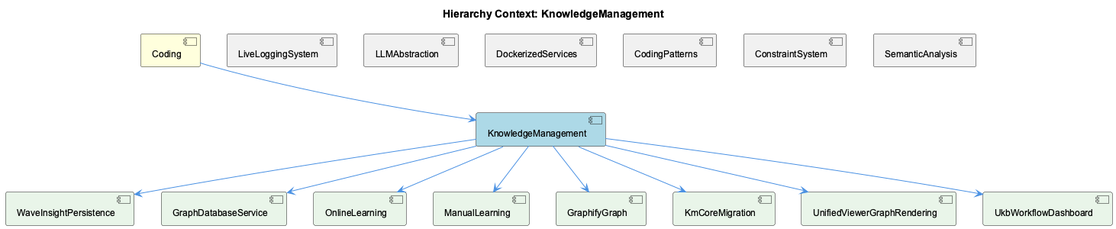
Before: knowledge-management/insights/images/knowledge-management-relationship.png, a diagram exported from PlantUML (fwornle/coding).
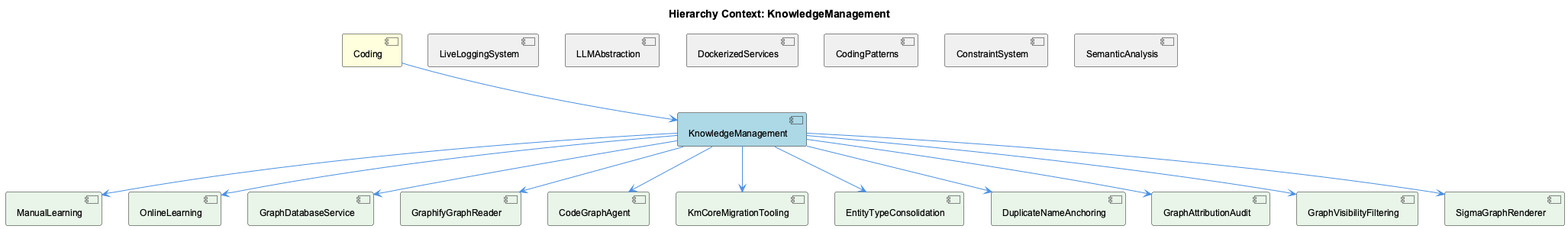
The same file after the commit.

Change to the diagram source:
```diff
@@ -11,14 +11,17 @@
 [CodingPatterns] as coding_patterns #F0F0F0
 [ConstraintSystem] as constraint_system #F0F0F0
 [SemanticAnalysis] as semantic_analysis #F0F0F0
-[WaveInsightPersistence] as wave_insight_persistence #E8F5E8
+[ManualLearning] as manual_learning #E8F5E8
+[OnlineLearning] as online_learning #E8F5E8
 [GraphDatabaseService] as graph_database_service #E8F5E8
-[OnlineLearning] as online_learning #E8F5E8
-[ManualLearning] as manual_learning #E8F5E8
-[GraphifyGraph] as graphify_graph #E8F5E8
-[KmCoreMigration] as km_core_migration #E8F5E8
-[UnifiedViewerGraphRendering] as unified_viewer_graph_rendering #E8F5E8
-[UkbWorkflowDashboard] as ukb_workflow_dashboard #E8F5E8
+[GraphifyGraphReader] as graphify_graph_reader #E8F5E8
+[CodeGraphAgent] as code_graph_agent #E8F5E8
+[KmCoreMigrationTooling] as km_core_migration_tooling #E8F5E8
+[EntityTypeConsolidation] as entity_type_consolidation #E8F5E8
+[DuplicateNameAnchoring] as duplicate_name_anchoring #E8F5E8
+[GraphAttributionAudit] as graph_attribution_audit #E8F5E8
+[GraphVisibilityFiltering] as graph_visibility_filtering #E8F5E8
+[SigmaGraphRenderer] as sigma_graph_renderer #E8F5E8
 
 coding --> knowledge_management
 live_logging_system -[hidden]- knowledge_management
@@ -27,13 +30,16 @@
 coding_patterns -[hidden]- knowledge_management
 constraint_system -[hidden]- knowledge_management
 semantic_analysis -[hidden]- knowledge_management
-knowledge_management --> wave_insight_persistence
+knowledge_management --> manual_learning
+knowledge_management --> online_learning
 knowledge_management --> graph_database_service
-knowledge_management --> online_learning
-knowledge_management --> manual_learning
-knowledge_management --> graphify_graph
-knowledge_management --> km_core_migration
-knowledge_management --> unified_viewer_graph_rendering
-knowledge_management --> ukb_workflow_dashboard
+knowledge_management --> graphify_graph_reader
+knowledge_management --> code_graph_agent
+knowledge_management --> km_core_migration_tooling
+knowledge_management --> entity_type_consolidation
+knowledge_management --> duplicate_name_anchoring
+knowledge_management --> graph_attribution_audit
+knowledge_management --> graph_visibility_filtering
+knowledge_management --> sigma_graph_renderer
 
 @enduml
```
